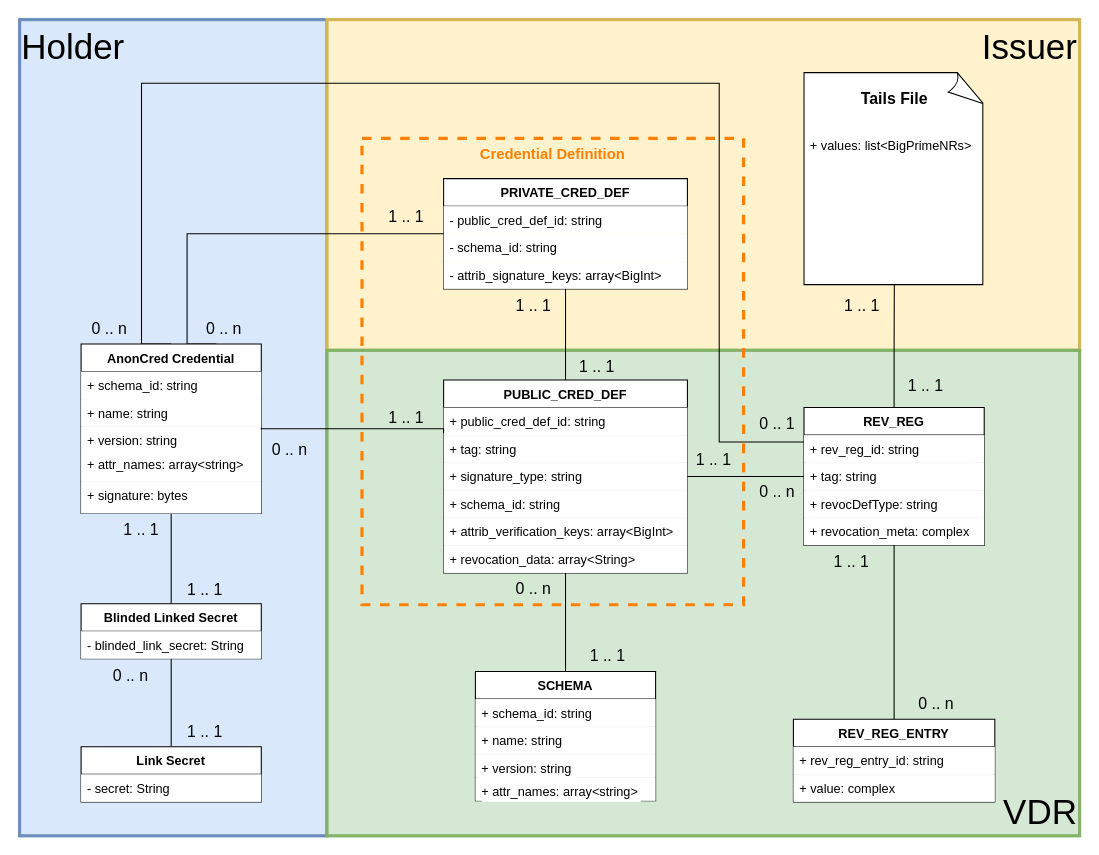
hyperledger/anoncreds-spec keeps this draw.io diagram as spec/diagrams/anoncreds-visual-data-model-overview.drawio. Above is the earlier version. Source tidied: cells renumbered, new cells numbered last; positions are measured from the earlier drawing's top-left corner, leaving out a move shared by most shapes. Both pictures are drawn from the tidied source at 106%, with x=0, y=0 at pixel (19, 19).
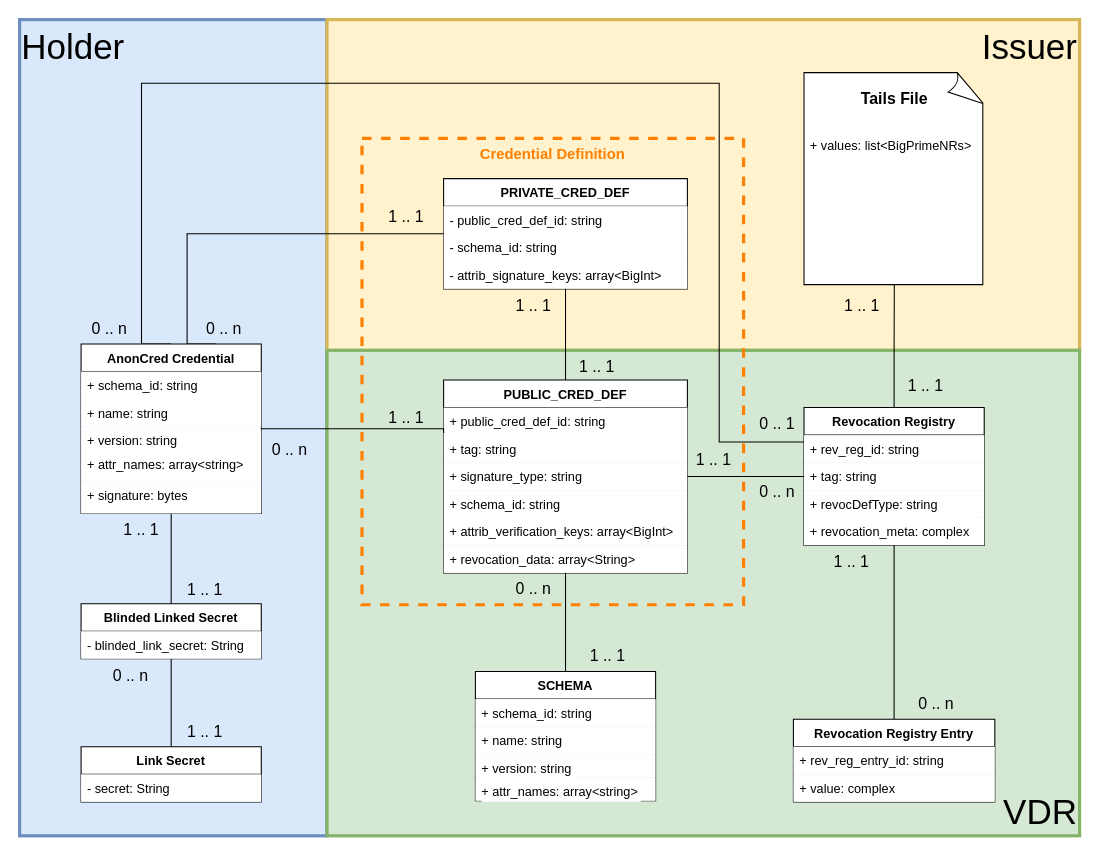
After the change.

Commit message (it also covers changes not shown here):
Deploying to gh-pages from @ hyperledger/anoncreds-spec@056a3d7473de32171e30ffe161400d7bfb80c47a 🚀

What changed in the source:
```diff
@@
-    <mxCell id="14" value="REV_REG" style="swimlane;fontStyle=1;horizontal=1;startSize=26;fillColor=#FFFFFF;labelBackgroundColor=#FFFFFF;" parent="1" vertex="1">
+    <mxCell id="14" value="Revocation Registry" style="swimlane;fontStyle=1;horizontal=1;startSize=26;fillColor=#FFFFFF;labelBackgroundColor=#FFFFFF;" parent="1" vertex="1">
       <mxGeometry x="740" y="366" width="170" height="130" as="geometry" />
     </mxCell>
@@
-    <mxCell id="20" value="REV_REG_ENTRY" style="swimlane;fontStyle=1;horizontal=1;startSize=26;fillColor=#FFFFFF;labelBackgroundColor=#FFFFFF;" parent="1" vertex="1">
+    <mxCell id="20" value="Revocation Registry Entry" style="swimlane;fontStyle=1;horizontal=1;startSize=26;fillColor=#FFFFFF;labelBackgroundColor=#FFFFFF;" parent="1" vertex="1">
       <mxGeometry x="730" y="660" width="190" height="78" as="geometry" />
     </mxCell>
```
